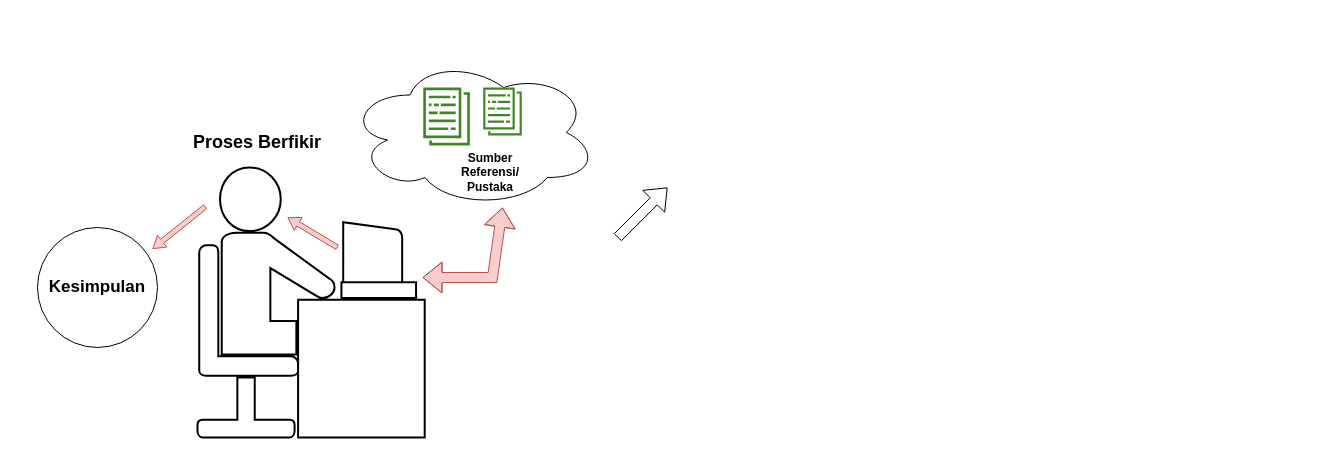
Above: Konsep ChatGPT.drawio in ariesharry/Diagrams (draw.io), before the change. Source tidied: cells renumbered, new cells numbered last; positions are measured from the earlier drawing's top-left corner, leaving out a move shared by most shapes. Both pictures are drawn from the tidied source at 100%, with x=0, y=0 at pixel (37, 57). Pictures stored in the file or linked from it are replaced by grey dashed boxes.
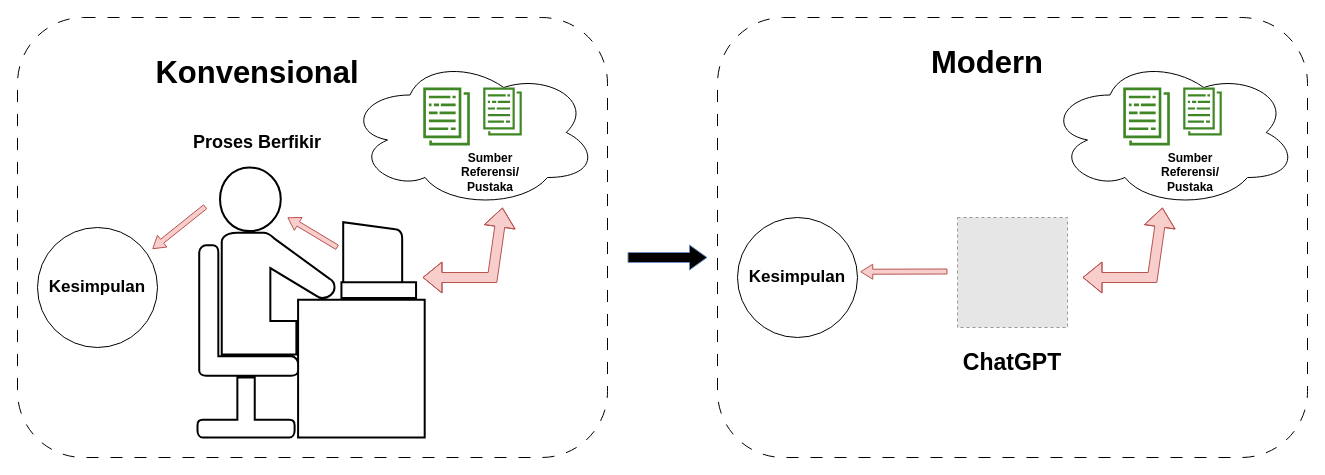
The same page after the edit.

What changed in the source:
```diff
@@
-    <mxCell id="4" style="shape=flexArrow;endArrow=classic;html=1;rounded=0;" parent="1" edge="1">
+    <mxCell id="4" style="shape=flexArrow;endArrow=classic;html=1;rounded=0;endWidth=14.117647058823529;endSize=5.5058823529411764;fillColor=#000000;strokeColor=#6c8ebf;" parent="1" edge="1">
       <mxGeometry relative="1" as="geometry">
-        <mxPoint x="580" y="180" as="sourcePoint" />
-        <mxPoint x="630" y="130" as="targetPoint" />
+        <mxPoint x="590" y="200" as="sourcePoint" />
+        <mxPoint x="670" y="200" as="targetPoint" />
       </mxGeometry>
     </mxCell>
@@
+    <mxCell id="14" value="&lt;b&gt;&lt;font style=&quot;font-size: 17px;&quot;&gt;Kesimpulan&lt;/font&gt;&lt;/b&gt;" style="shape=ellipse;html=1;dashed=0;whiteSpace=wrap;perimeter=ellipsePerimeter;" parent="1" vertex="1">
+      <mxGeometry x="700" y="160" width="120" height="120" as="geometry" />
+    </mxCell>
+    <mxCell id="15" style="group;" parent="1" vertex="1">
+      <mxGeometry x="1010" width="250" height="150" as="geometry" />
+    </mxCell>
+    <mxCell id="16" style="ellipse;shape=cloud;whiteSpace=wrap;html=1;" parent="15" vertex="1">
+      <mxGeometry width="250" height="150" as="geometry" />
+    </mxCell>
+    <mxCell id="17" style="sketch=0;fontColor=#232F3E;gradientColor=none;fillColor=#3F8624;strokeColor=none;dashed=0;verticalLabelPosition=bottom;verticalAlign=top;align=center;html=1;fontSize=12;fontStyle=0;shape=mxgraph.aws4.data_set;" parent="15" vertex="1">
+      <mxGeometry x="75.6" y="30" width="46.9" height="58" as="geometry" />
+    </mxCell>
+    <mxCell id="18" style="sketch=0;fontColor=#232F3E;gradientColor=none;fillColor=#3F8624;strokeColor=none;dashed=0;verticalLabelPosition=bottom;verticalAlign=top;align=center;html=1;fontSize=12;fontStyle=0;shape=mxgraph.aws4.data_set;" parent="15" vertex="1">
+      <mxGeometry x="135.6" y="30" width="38.8" height="48" as="geometry" />
+    </mxCell>
+    <mxCell id="19" value="Sumber Referensi/ Pustaka" style="text;html=1;strokeColor=none;fillColor=none;align=center;verticalAlign=middle;whiteSpace=wrap;rounded=0;fontStyle=1;" parent="15" vertex="1">
+      <mxGeometry x="100" y="100" width="85.6" height="30" as="geometry" />
+    </mxCell>
+    <mxCell id="20" style="shape=flexArrow;endArrow=classic;startArrow=classic;html=1;rounded=0;fillColor=#f8cecc;strokeColor=#b85450;" parent="1" edge="1">
+      <mxGeometry relative="1" as="geometry">
+        <mxPoint x="1045" y="220" as="sourcePoint" />
+        <mxPoint x="1125" y="150" as="targetPoint" />
+        <Array as="points">
+          <mxPoint x="1115" y="220" />
+        </Array>
+      </mxGeometry>
+    </mxCell>
+    <mxCell id="21" style="shape=flexArrow;endArrow=classic;html=1;rounded=0;width=5;endSize=3.66;endWidth=9;fillColor=#f8cecc;strokeColor=#b85450;entryX=1.023;entryY=0.452;entryDx=0;entryDy=0;entryPerimeter=0;" parent="1" edge="1" target="14">
+      <mxGeometry relative="1" as="geometry">
+        <mxPoint x="910" y="214" as="sourcePoint" />
+      </mxGeometry>
+    </mxCell>
+    <mxCell id="22" style="fillColor=#E6E6E6;strokeColor=#999999;dashed=1;verticalLabelPosition=bottom;labelBackgroundColor=default;verticalAlign=top;" parent="1" vertex="1">
+      <mxGeometry x="920" y="160" width="110" height="110" as="geometry" />
+    </mxCell>
+    <mxCell id="23" value="ChatGPT" style="text;html=1;strokeColor=none;fillColor=none;align=center;verticalAlign=middle;whiteSpace=wrap;rounded=0;fontStyle=1;fontSize=23;" parent="1" vertex="1">
+      <mxGeometry x="905" y="290" width="140" height="30" as="geometry" />
+    </mxCell>
+    <mxCell id="24" value="&lt;font style=&quot;font-size: 31px;&quot;&gt;Konvensional&lt;/font&gt;" style="text;html=1;strokeColor=none;fillColor=none;align=center;verticalAlign=middle;whiteSpace=wrap;rounded=0;fontStyle=1;fontSize=18;" parent="1" vertex="1">
+      <mxGeometry x="150" width="140" height="30" as="geometry" />
+    </mxCell>
+    <mxCell id="25" value="&lt;font style=&quot;font-size: 31px;&quot;&gt;Modern&lt;br&gt;&lt;/font&gt;" style="text;html=1;strokeColor=none;fillColor=none;align=center;verticalAlign=middle;whiteSpace=wrap;rounded=0;fontStyle=1;fontSize=18;" parent="1" vertex="1">
+      <mxGeometry x="880" y="-10" width="140" height="30" as="geometry" />
+    </mxCell>
+    <mxCell id="26" style="rounded=1;whiteSpace=wrap;html=1;fillColor=none;dashed=1;dashPattern=12 12;" parent="1" vertex="1">
+      <mxGeometry x="-20" y="-40" width="590" height="440" as="geometry" />
+    </mxCell>
+    <mxCell id="27" style="rounded=1;whiteSpace=wrap;html=1;fillColor=none;dashed=1;dashPattern=12 12;" parent="1" vertex="1">
+      <mxGeometry x="680" y="-40" width="590" height="440" as="geometry" />
+    </mxCell>
```
